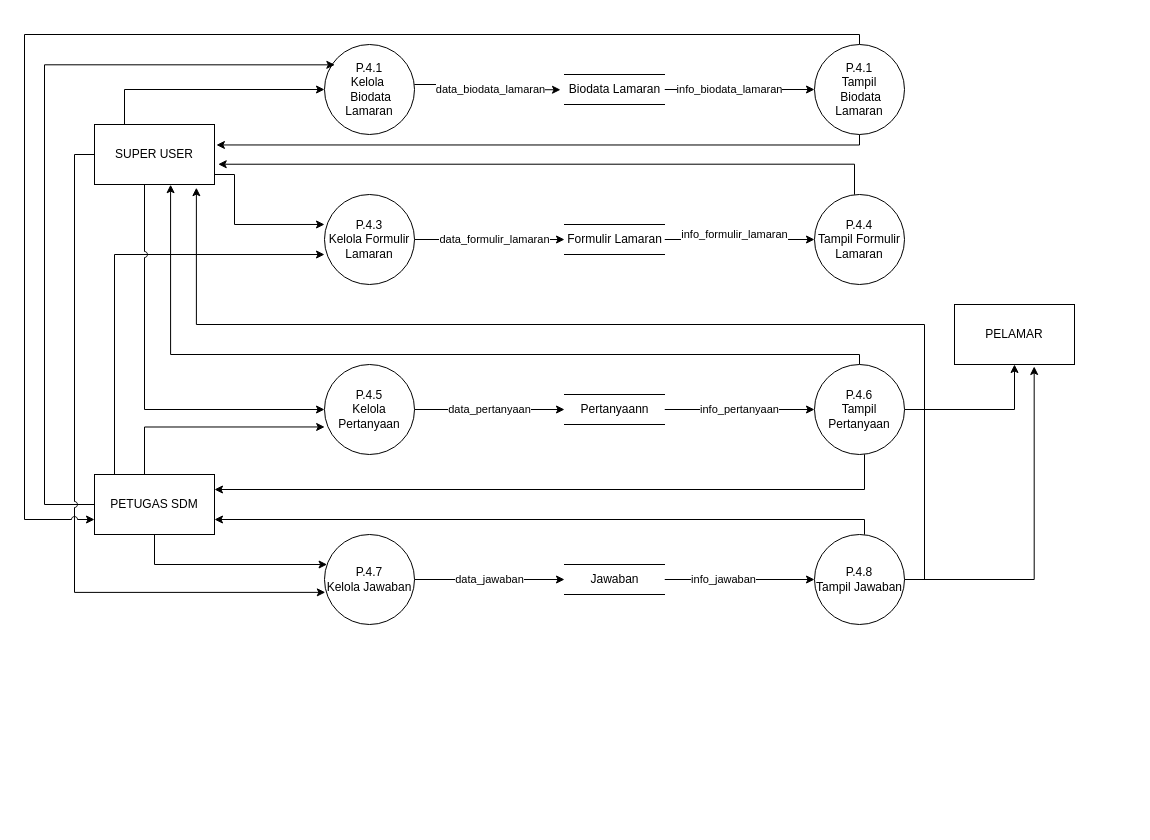
The draw.io diagram page "DFD P.4" (6 of 7) of DFD v2.drawio in keys2505/tugas-akhir, before the edit. Source tidied: cells renumbered, new cells numbered last; positions are measured from the earlier drawing's top-left corner, leaving out a move shared by most shapes. Both pictures are drawn from the tidied source at 100%, with x=0, y=0 at pixel (24, 34).
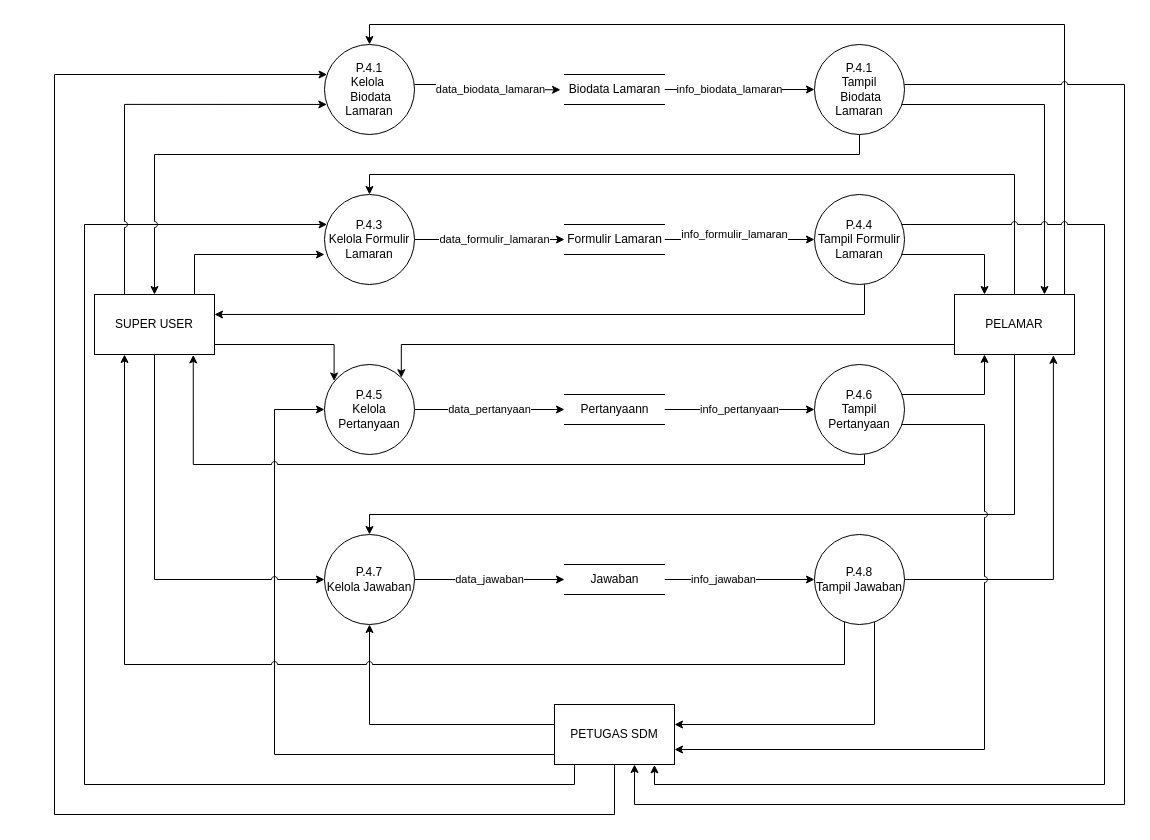
Above is the later version.

The change refers to these unchanged cells:
```xml
<mxCell id="3" value="&lt;div&gt;P.4.1&lt;/div&gt;&lt;div&gt;Kelola&amp;nbsp;&lt;/div&gt;&lt;div&gt;&amp;nbsp;Biodata Lamaran&lt;br&gt;&lt;/div&gt;" style="ellipse;whiteSpace=wrap;html=1;" parent="1" vertex="1">
  <mxGeometry x="300" y="10" width="90" height="90" as="geometry" />
</mxCell>
<mxCell id="18" value="&lt;div&gt;P.4.3&lt;/div&gt;&lt;div&gt;Kelola Formulir Lamaran&lt;/div&gt;" style="ellipse;whiteSpace=wrap;html=1;" parent="1" vertex="1">
  <mxGeometry x="300" y="160" width="90" height="90" as="geometry" />
</mxCell>
<mxCell id="21" value="&lt;div&gt;P.4.1&lt;/div&gt;&lt;div&gt;Tampil&lt;/div&gt;&lt;div&gt;&amp;nbsp;Biodata Lamaran&lt;br&gt;&lt;/div&gt;" style="ellipse;whiteSpace=wrap;html=1;" parent="1" vertex="1">
  <mxGeometry x="790" y="10" width="90" height="90" as="geometry" />
</mxCell>
<mxCell id="23" value="&lt;div&gt;P.4.4&lt;/div&gt;&lt;div&gt;Tampil Formulir Lamaran&lt;/div&gt;" style="ellipse;whiteSpace=wrap;html=1;" parent="1" vertex="1">
  <mxGeometry x="790" y="160" width="90" height="90" as="geometry" />
</mxCell>
<mxCell id="29" value="&lt;div&gt;P.4.6&lt;/div&gt;&lt;div&gt;Tampil Pertanyaan&lt;/div&gt;" style="ellipse;whiteSpace=wrap;html=1;" parent="1" vertex="1">
  <mxGeometry x="790" y="330" width="90" height="90" as="geometry" />
</mxCell>
<mxCell id="31" value="&lt;div&gt;P.4.5&lt;/div&gt;&lt;div&gt;Kelola Pertanyaan&lt;/div&gt;" style="ellipse;whiteSpace=wrap;html=1;" parent="1" vertex="1">
  <mxGeometry x="300" y="330" width="90" height="90" as="geometry" />
</mxCell>
<mxCell id="33" value="&lt;div&gt;P.4.7&lt;/div&gt;&lt;div&gt;Kelola Jawaban&lt;/div&gt;" style="ellipse;whiteSpace=wrap;html=1;" parent="1" vertex="1">
  <mxGeometry x="300" y="500" width="90" height="90" as="geometry" />
</mxCell>
<mxCell id="37" value="&lt;div&gt;P.4.8&lt;/div&gt;&lt;div&gt;Tampil Jawaban&lt;/div&gt;" style="ellipse;whiteSpace=wrap;html=1;" parent="1" vertex="1">
  <mxGeometry x="790" y="500" width="90" height="90" as="geometry" />
</mxCell>
```

Change to the diagram source:
```diff
@@
+    <mxCell id="7" style="edgeStyle=orthogonalEdgeStyle;rounded=0;jettySize=auto;html=1;entryX=0.5;entryY=1;entryDx=0;entryDy=0;" parent="1" edge="1" source="10" target="33">
+      <mxGeometry relative="1" as="geometry">
+        <Array as="points">
+          <mxPoint x="345" y="690" />
+        </Array>
+      </mxGeometry>
+    </mxCell>
+    <mxCell id="9" style="edgeStyle=orthogonalEdgeStyle;rounded=0;jettySize=auto;html=1;entryX=0;entryY=0.5;entryDx=0;entryDy=0;jumpStyle=arc;" parent="1" edge="1" source="10" target="31">
+      <mxGeometry relative="1" as="geometry">
+        <Array as="points">
+          <mxPoint x="250" y="720" />
+          <mxPoint x="250" y="375" />
+        </Array>
+      </mxGeometry>
+    </mxCell>
-    <mxCell id="6" style="edgeStyle=orthogonalEdgeStyle;rounded=0;jettySize=auto;html=1;entryX=0;entryY=0.667;entryDx=0;entryDy=0;jumpStyle=arc;entryPerimeter=0;" parent="1" edge="1" source="10" target="18">
+    <mxCell id="6" style="edgeStyle=orthogonalEdgeStyle;rounded=0;jettySize=auto;html=1;jumpStyle=arc;" parent="1" edge="1" source="10" target="18">
       <mxGeometry relative="1" as="geometry">
         <Array as="points">
-          <mxPoint x="90" y="220" />
+          <mxPoint x="550" y="750" />
+          <mxPoint x="60" y="750" />
+          <mxPoint x="60" y="190" />
         </Array>
       </mxGeometry>
     </mxCell>
-    <mxCell id="7" style="edgeStyle=orthogonalEdgeStyle;rounded=0;jettySize=auto;html=1;" parent="1" edge="1" source="10" target="33">
-      <mxGeometry relative="1" as="geometry">
-        <Array as="points">
-          <mxPoint x="130" y="530" />
-        </Array>
-      </mxGeometry>
-    </mxCell>
-    <mxCell id="8" style="edgeStyle=orthogonalEdgeStyle;rounded=0;jettySize=auto;html=1;entryX=0.115;entryY=0.226;entryDx=0;entryDy=0;entryPerimeter=0;jumpStyle=arc;" parent="1" edge="1" source="10" target="3">
+    <mxCell id="8" style="edgeStyle=orthogonalEdgeStyle;rounded=0;jettySize=auto;html=1;" parent="1" edge="1" source="10" target="3">
       <mxGeometry relative="1" as="geometry">
         <Array as="points">
-          <mxPoint x="20" y="470" />
-          <mxPoint x="20" y="30" />
+          <mxPoint x="590" y="780" />
+          <mxPoint x="30" y="780" />
+          <mxPoint x="30" y="40" />
         </Array>
       </mxGeometry>
     </mxCell>
-    <mxCell id="9" style="edgeStyle=orthogonalEdgeStyle;rounded=0;jettySize=auto;html=1;entryX=0.002;entryY=0.694;entryDx=0;entryDy=0;entryPerimeter=0;" parent="1" edge="1" source="10" target="31">
-      <mxGeometry relative="1" as="geometry">
-        <Array as="points">
-          <mxPoint x="120" y="392" />
-        </Array>
-      </mxGeometry>
-    </mxCell>
     <mxCell id="10" value="PETUGAS SDM" style="rounded=0;whiteSpace=wrap;html=1;" parent="1" vertex="1">
-      <mxGeometry x="70" y="440" width="120" height="60" as="geometry" />
+      <mxGeometry x="530" y="670" width="120" height="60" as="geometry" />
     </mxCell>
-    <mxCell id="11" style="edgeStyle=orthogonalEdgeStyle;rounded=0;jettySize=auto;html=1;entryX=0;entryY=0.333;entryDx=0;entryDy=0;entryPerimeter=0;" parent="1" edge="1" source="15" target="18">
-      <mxGeometry relative="1" as="geometry">
-        <Array as="points">
-          <mxPoint x="210" y="140" />
-          <mxPoint x="210" y="190" />
-        </Array>
-      </mxGeometry>
-    </mxCell>
+    <mxCell id="13" style="edgeStyle=orthogonalEdgeStyle;rounded=0;jettySize=auto;html=1;jumpStyle=arc;entryX=0.026;entryY=0.666;entryDx=0;entryDy=0;entryPerimeter=0;" parent="1" edge="1" source="15" target="3">
+      <mxGeometry relative="1" as="geometry">
+        <Array as="points">
+          <mxPoint x="100" y="70" />
+        </Array>
+      </mxGeometry>
+    </mxCell>
+    <mxCell id="42" style="edgeStyle=orthogonalEdgeStyle;rounded=0;jettySize=auto;html=1;" parent="1" edge="1" source="15">
+      <mxGeometry relative="1" as="geometry">
+        <mxPoint x="300" y="220" as="targetPoint" />
+        <Array as="points">
+          <mxPoint x="170" y="220" />
+          <mxPoint x="300" y="220" />
+        </Array>
+      </mxGeometry>
+    </mxCell>
-    <mxCell id="12" style="edgeStyle=orthogonalEdgeStyle;rounded=0;jettySize=auto;html=1;entryX=0;entryY=0.5;entryDx=0;entryDy=0;jumpStyle=arc;" parent="1" edge="1" source="15" target="31">
+    <mxCell id="12" style="edgeStyle=orthogonalEdgeStyle;rounded=0;jettySize=auto;html=1;entryX=0.107;entryY=0.183;entryDx=0;entryDy=0;jumpStyle=arc;entryPerimeter=0;" parent="1" edge="1" source="15" target="31">
       <mxGeometry relative="1" as="geometry">
         <Array as="points">
-          <mxPoint x="120" y="375" />
+          <mxPoint x="310" y="310" />
         </Array>
       </mxGeometry>
     </mxCell>
-    <mxCell id="13" style="edgeStyle=orthogonalEdgeStyle;rounded=0;jettySize=auto;html=1;entryX=0;entryY=0.5;entryDx=0;entryDy=0;" parent="1" edge="1" source="15" target="3">
-      <mxGeometry relative="1" as="geometry">
-        <Array as="points">
-          <mxPoint x="100" y="55" />
-        </Array>
-      </mxGeometry>
-    </mxCell>
-    <mxCell id="14" style="edgeStyle=orthogonalEdgeStyle;rounded=0;jettySize=auto;html=1;entryX=0.009;entryY=0.643;entryDx=0;entryDy=0;entryPerimeter=0;jumpStyle=arc;" parent="1" edge="1" source="15" target="33">
+    <mxCell id="14" style="edgeStyle=orthogonalEdgeStyle;rounded=0;jettySize=auto;html=1;entryX=0;entryY=0.5;entryDx=0;entryDy=0;jumpStyle=arc;" parent="1" edge="1" source="15" target="33">
       <mxGeometry relative="1" as="geometry">
         <Array as="points">
-          <mxPoint x="50" y="120" />
-          <mxPoint x="50" y="558" />
+          <mxPoint x="130" y="545" />
         </Array>
       </mxGeometry>
     </mxCell>
     <mxCell id="15" value="SUPER USER" style="rounded=0;whiteSpace=wrap;html=1;" parent="1" vertex="1">
-      <mxGeometry x="70" y="90" width="120" height="60" as="geometry" />
+      <mxGeometry x="70" y="260" width="120" height="60" as="geometry" />
     </mxCell>
+    <mxCell id="43" style="edgeStyle=orthogonalEdgeStyle;rounded=0;jettySize=auto;html=1;entryX=0.5;entryY=0;entryDx=0;entryDy=0;" parent="1" edge="1" source="16" target="3">
+      <mxGeometry relative="1" as="geometry">
+        <Array as="points">
+          <mxPoint x="1040" y="-10" />
+          <mxPoint x="345" y="-10" />
+        </Array>
+      </mxGeometry>
+    </mxCell>
+    <mxCell id="44" style="edgeStyle=orthogonalEdgeStyle;rounded=0;jettySize=auto;html=1;entryX=0.5;entryY=0;entryDx=0;entryDy=0;" parent="1" edge="1" source="16" target="18">
+      <mxGeometry relative="1" as="geometry">
+        <Array as="points">
+          <mxPoint x="990" y="140" />
+          <mxPoint x="345" y="140" />
+        </Array>
+      </mxGeometry>
+    </mxCell>
+    <mxCell id="45" style="edgeStyle=orthogonalEdgeStyle;rounded=0;jettySize=auto;html=1;entryX=1;entryY=0;entryDx=0;entryDy=0;" parent="1" edge="1" source="16" target="31">
+      <mxGeometry relative="1" as="geometry">
+        <Array as="points">
+          <mxPoint x="377" y="310" />
+        </Array>
+      </mxGeometry>
+    </mxCell>
+    <mxCell id="46" style="edgeStyle=orthogonalEdgeStyle;rounded=0;jettySize=auto;html=1;entryX=0.5;entryY=0;entryDx=0;entryDy=0;" parent="1" edge="1" source="16" target="33">
+      <mxGeometry relative="1" as="geometry">
+        <Array as="points">
+          <mxPoint x="990" y="480" />
+          <mxPoint x="345" y="480" />
+        </Array>
+      </mxGeometry>
+    </mxCell>
     <mxCell id="16" value="PELAMAR" style="rounded=0;whiteSpace=wrap;html=1;" parent="1" vertex="1">
-      <mxGeometry x="930" y="270" width="120" height="60" as="geometry" />
+      <mxGeometry x="930" y="260" width="120" height="60" as="geometry" />
     </mxCell>
@@
-    <mxCell id="19" style="edgeStyle=orthogonalEdgeStyle;rounded=0;jettySize=auto;html=1;entryX=1.016;entryY=0.341;entryDx=0;entryDy=0;entryPerimeter=0;" parent="1" edge="1" source="21" target="15">
-      <mxGeometry relative="1" as="geometry">
-        <Array as="points">
-          <mxPoint x="835" y="111" />
-        </Array>
-      </mxGeometry>
-    </mxCell>
+    <mxCell id="47" style="edgeStyle=orthogonalEdgeStyle;rounded=0;jettySize=auto;html=1;jumpStyle=arc;" parent="1" edge="1" source="21">
+      <mxGeometry relative="1" as="geometry">
+        <mxPoint x="130" y="260" as="targetPoint" />
+        <Array as="points">
+          <mxPoint x="835" y="120" />
+          <mxPoint x="130" y="120" />
+        </Array>
+      </mxGeometry>
+    </mxCell>
+    <mxCell id="48" style="edgeStyle=orthogonalEdgeStyle;rounded=0;jettySize=auto;html=1;entryX=0.75;entryY=0;entryDx=0;entryDy=0;" parent="1" edge="1" source="21" target="16">
+      <mxGeometry relative="1" as="geometry">
+        <Array as="points">
+          <mxPoint x="1020" y="70" />
+        </Array>
+      </mxGeometry>
+    </mxCell>
-    <mxCell id="20" style="edgeStyle=orthogonalEdgeStyle;rounded=0;jettySize=auto;html=1;entryX=0;entryY=0.75;entryDx=0;entryDy=0;jumpStyle=arc;" parent="1" edge="1" source="21" target="10">
+    <mxCell id="20" style="edgeStyle=orthogonalEdgeStyle;rounded=0;jettySize=auto;html=1;entryX=0.667;entryY=1;entryDx=0;entryDy=0;entryPerimeter=0;jumpStyle=arc;" parent="1" edge="1" source="21" target="10">
       <mxGeometry relative="1" as="geometry">
         <Array as="points">
-          <mxPoint x="835" />
-          <mxPoint />
-          <mxPoint y="485" />
+          <mxPoint x="1100" y="50" />
+          <mxPoint x="1100" y="770" />
+          <mxPoint x="610" y="770" />
         </Array>
       </mxGeometry>
     </mxCell>
@@
-    <mxCell id="22" style="edgeStyle=orthogonalEdgeStyle;rounded=0;jettySize=auto;html=1;entryX=1.031;entryY=0.662;entryDx=0;entryDy=0;entryPerimeter=0;" parent="1" edge="1" source="23" target="15">
+    <mxCell id="22" style="edgeStyle=orthogonalEdgeStyle;rounded=0;jettySize=auto;html=1;jumpStyle=arc;entryX=1;entryY=0.333;entryDx=0;entryDy=0;entryPerimeter=0;" parent="1" edge="1" source="23" target="15">
       <mxGeometry relative="1" as="geometry">
         <Array as="points">
-          <mxPoint x="830" y="130" />
+          <mxPoint x="840" y="280" />
         </Array>
       </mxGeometry>
     </mxCell>
+    <mxCell id="49" style="edgeStyle=orthogonalEdgeStyle;rounded=0;jettySize=auto;html=1;entryX=0.25;entryY=0;entryDx=0;entryDy=0;" parent="1" edge="1" source="23" target="16">
+      <mxGeometry relative="1" as="geometry">
+        <Array as="points">
+          <mxPoint x="960" y="220" />
+        </Array>
+      </mxGeometry>
+    </mxCell>
+    <mxCell id="50" style="edgeStyle=orthogonalEdgeStyle;rounded=0;jettySize=auto;html=1;entryX=0.833;entryY=1.006;entryDx=0;entryDy=0;entryPerimeter=0;jumpStyle=arc;" parent="1" edge="1" source="23" target="10">
+      <mxGeometry relative="1" as="geometry">
+        <Array as="points">
+          <mxPoint x="1080" y="190" />
+          <mxPoint x="1080" y="750" />
+          <mxPoint x="630" y="750" />
+        </Array>
+      </mxGeometry>
+    </mxCell>
@@
-    <mxCell id="26" style="edgeStyle=orthogonalEdgeStyle;rounded=0;jettySize=auto;html=1;entryX=1;entryY=0.25;entryDx=0;entryDy=0;" parent="1" edge="1" source="29" target="10">
-      <mxGeometry relative="1" as="geometry">
-        <Array as="points">
-          <mxPoint x="840" y="455" />
-        </Array>
-      </mxGeometry>
-    </mxCell>
-    <mxCell id="27" style="edgeStyle=orthogonalEdgeStyle;rounded=0;jettySize=auto;html=1;entryX=0.634;entryY=1.003;entryDx=0;entryDy=0;entryPerimeter=0;" parent="1" edge="1" source="29" target="15">
+    <mxCell id="27" style="edgeStyle=orthogonalEdgeStyle;rounded=0;jettySize=auto;html=1;entryX=0.823;entryY=1.007;entryDx=0;entryDy=0;entryPerimeter=0;jumpStyle=arc;" parent="1" edge="1" source="29" target="15">
       <mxGeometry relative="1" as="geometry">
         <Array as="points">
-          <mxPoint x="835" y="320" />
-          <mxPoint x="146" y="320" />
+          <mxPoint x="840" y="430" />
+          <mxPoint x="169" y="430" />
         </Array>
       </mxGeometry>
     </mxCell>
-    <mxCell id="28" style="edgeStyle=orthogonalEdgeStyle;rounded=0;jettySize=auto;html=1;entryX=0.5;entryY=1;entryDx=0;entryDy=0;" parent="1" edge="1" source="29" target="16">
-      <mxGeometry relative="1" as="geometry" />
+    <mxCell id="28" style="edgeStyle=orthogonalEdgeStyle;rounded=0;jettySize=auto;html=1;entryX=0.25;entryY=1;entryDx=0;entryDy=0;" parent="1" edge="1" source="29" target="16">
+      <mxGeometry relative="1" as="geometry">
+        <Array as="points">
+          <mxPoint x="960" y="360" />
+        </Array>
+      </mxGeometry>
     </mxCell>
@@
-    <mxCell id="34" style="edgeStyle=orthogonalEdgeStyle;rounded=0;jettySize=auto;html=1;entryX=1;entryY=0.75;entryDx=0;entryDy=0;" parent="1" edge="1" source="37" target="10">
-      <mxGeometry relative="1" as="geometry">
-        <Array as="points">
-          <mxPoint x="840" y="485" />
-        </Array>
-      </mxGeometry>
-    </mxCell>
-    <mxCell id="35" style="edgeStyle=orthogonalEdgeStyle;rounded=0;jettySize=auto;html=1;entryX=0.849;entryY=1.053;entryDx=0;entryDy=0;entryPerimeter=0;" parent="1" edge="1" source="37" target="15">
+    <mxCell id="35" style="edgeStyle=orthogonalEdgeStyle;rounded=0;jettySize=auto;html=1;entryX=0.25;entryY=1;entryDx=0;entryDy=0;jumpStyle=arc;" parent="1" edge="1" source="37" target="15">
       <mxGeometry relative="1" as="geometry">
         <Array as="points">
-          <mxPoint x="900" y="545" />
-          <mxPoint x="900" y="290" />
-          <mxPoint x="172" y="290" />
+          <mxPoint x="820" y="630" />
+          <mxPoint x="100" y="630" />
         </Array>
       </mxGeometry>
     </mxCell>
+    <mxCell id="51" style="edgeStyle=orthogonalEdgeStyle;rounded=0;jettySize=auto;html=1;" parent="1" edge="1" source="37">
+      <mxGeometry relative="1" as="geometry">
+        <mxPoint x="650" y="690" as="targetPoint" />
+        <Array as="points">
+          <mxPoint x="850" y="690" />
+          <mxPoint x="650" y="690" />
+        </Array>
+      </mxGeometry>
+    </mxCell>
-    <mxCell id="36" style="edgeStyle=orthogonalEdgeStyle;rounded=0;jettySize=auto;html=1;entryX=0.664;entryY=1.033;entryDx=0;entryDy=0;entryPerimeter=0;" parent="1" edge="1" source="37" target="16">
+    <mxCell id="36" style="edgeStyle=orthogonalEdgeStyle;rounded=0;jettySize=auto;html=1;entryX=0.824;entryY=1.014;entryDx=0;entryDy=0;entryPerimeter=0;" parent="1" edge="1" source="37" target="16">
       <mxGeometry relative="1" as="geometry" />
     </mxCell>
@@
+    <mxCell id="26" style="edgeStyle=orthogonalEdgeStyle;rounded=0;jettySize=auto;html=1;entryX=1;entryY=0.75;entryDx=0;entryDy=0;jumpStyle=arc;" parent="1" edge="1" source="29" target="10">
+      <mxGeometry relative="1" as="geometry">
+        <Array as="points">
+          <mxPoint x="960" y="390" />
+          <mxPoint x="960" y="715" />
+        </Array>
+      </mxGeometry>
+    </mxCell>
```
